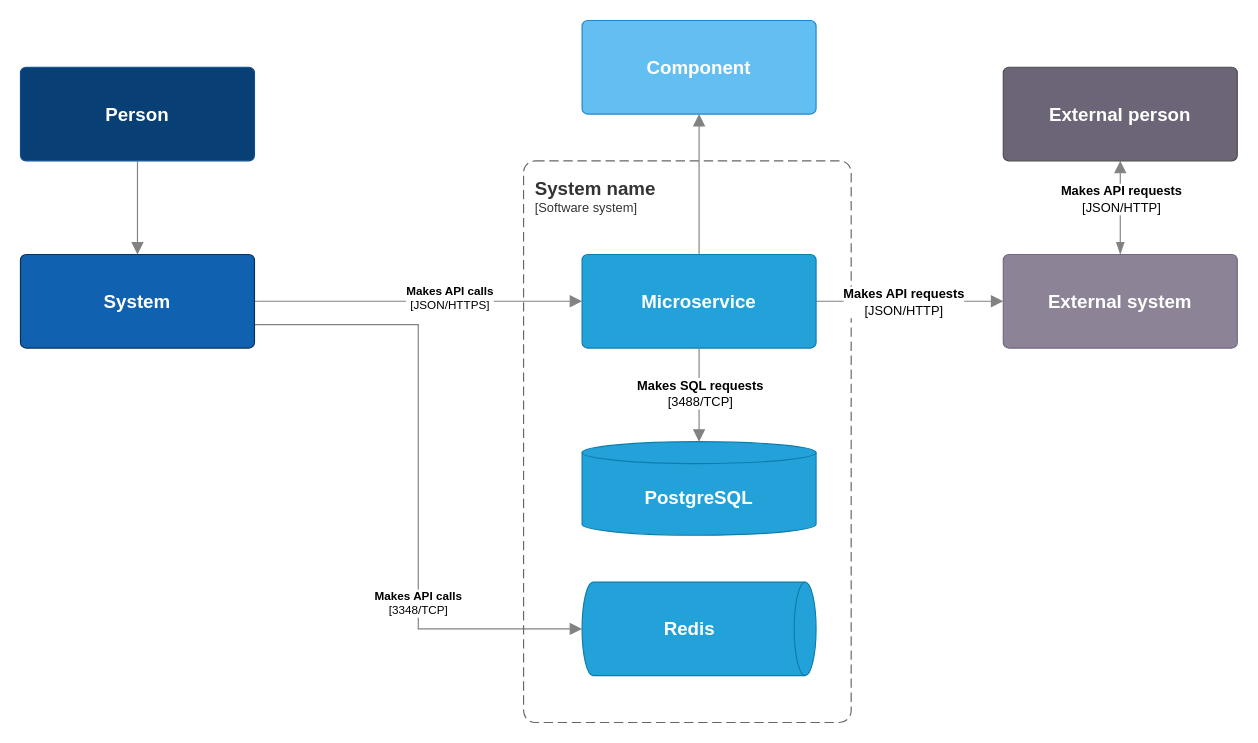
Before: page "minimal" (5 of 6) of c4.drawio in vadagama/c4-model-drawio-template, a draw.io diagram. Source tidied: cells renumbered, new cells numbered last; positions are measured from the earlier drawing's top-left corner, leaving out a move shared by most shapes. Both pictures are drawn from the tidied source at 117%, with x=0, y=0 at pixel (20, 20).
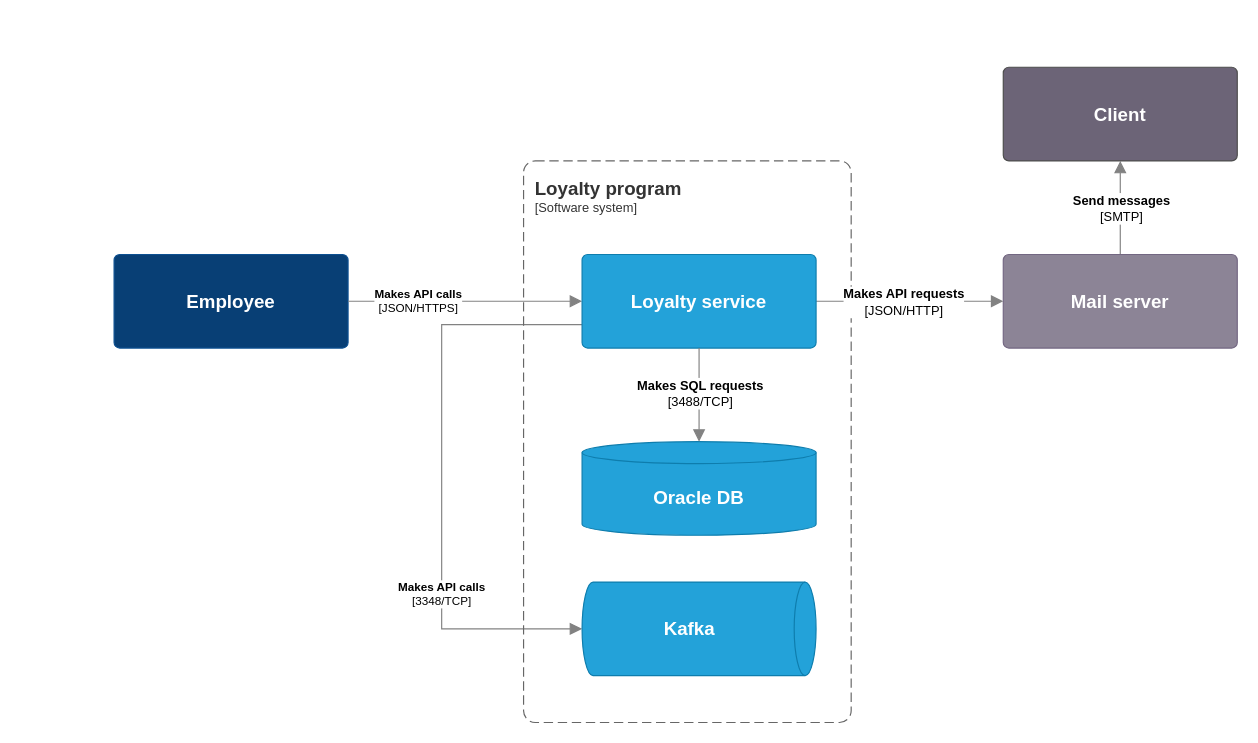
Above is the later version.

Change to the diagram source:
```diff
@@
-    <mxCell id="2" value="&lt;b&gt;Person&lt;/b&gt;" style="rounded=1;whiteSpace=wrap;html=1;labelBackgroundColor=none;fillColor=#083F75;fontColor=#ffffff;align=center;arcSize=6;strokeColor=#0D5091;points=[[0.25,0,0],[0.5,0,0],[0.75,0,0],[1,0.25,0],[1,0.5,0],[1,0.75,0],[0.75,1,0],[0.5,1,0],[0.25,1,0],[0,0.75,0],[0,0.5,0],[0,0.25,0]];fontSize=16;fixedWidth=0;portConstraintRotation=0;" parent="1" vertex="1">
-      <mxGeometry y="40" width="200" height="80" as="geometry" />
+    <mxCell id="2" value="&lt;b&gt;Employee&lt;/b&gt;" style="rounded=1;whiteSpace=wrap;html=1;labelBackgroundColor=none;fillColor=#083F75;fontColor=#ffffff;align=center;arcSize=6;strokeColor=#0D5091;points=[[0.25,0,0],[0.5,0,0],[0.75,0,0],[1,0.25,0],[1,0.5,0],[1,0.75,0],[0.75,1,0],[0.5,1,0],[0.25,1,0],[0,0.75,0],[0,0.5,0],[0,0.25,0]];fontSize=16;fixedWidth=0;portConstraintRotation=0;" parent="1" vertex="1">
+      <mxGeometry x="80" y="200" width="200" height="80" as="geometry" />
     </mxCell>
     <object id="3" label="&lt;div style=&quot;text-align: left&quot;&gt;&lt;div style=&quot;text-align: center&quot;&gt;&lt;b&gt;&lt;font color=&quot;#000000&quot;&gt;%Description%&lt;/font&gt;&lt;/b&gt;&lt;/div&gt;&lt;div style=&quot;text-align: center&quot;&gt;&lt;font color=&quot;#000000&quot;&gt;[%Technology%]&lt;/font&gt;&lt;/div&gt;&lt;/div&gt;" Description="Makes API calls" Technology="JSON/HTTPS" placeholders="1">
-      <mxCell style="endArrow=block;html=1;fontSize=10;fontColor=#404040;strokeWidth=1;endFill=1;strokeColor=#828282;elbow=vertical;endSize=8;startSize=8;jumpStyle=arc;jumpSize=16;rounded=0;exitX=1;exitY=0.5;exitDx=0;exitDy=0;exitPerimeter=0;fontStyle=0;comic=0;" parent="1" edge="1" source="17" target="12">
-        <mxGeometry x="0.19" y="3" relative="1" as="geometry" />
+      <mxCell style="endArrow=block;html=1;fontSize=10;fontColor=#404040;strokeWidth=1;endFill=1;strokeColor=#828282;elbow=vertical;endSize=8;startSize=8;jumpStyle=arc;jumpSize=16;rounded=0;exitX=1;exitY=0.5;exitDx=0;exitDy=0;exitPerimeter=0;fontStyle=0;comic=0;entryX=0;entryY=0.5;entryDx=0;entryDy=0;entryPerimeter=0;" parent="1" edge="1" source="2" target="12">
+        <mxGeometry x="-0.4" relative="1" as="geometry" />
       </mxCell>
     </object>
     <object id="4" label="&lt;div style=&quot;text-align: left&quot;&gt;&lt;div style=&quot;text-align: center&quot;&gt;&lt;b&gt;&lt;font color=&quot;#000000&quot;&gt;%Description%&lt;/font&gt;&lt;/b&gt;&lt;/div&gt;&lt;div style=&quot;text-align: center&quot;&gt;&lt;font color=&quot;#000000&quot;&gt;[%Technology%]&lt;/font&gt;&lt;/div&gt;&lt;/div&gt;" Description="Makes API calls" Technology="3348/TCP" placeholders="1">
-      <mxCell style="endArrow=block;html=1;fontSize=10;fontColor=#404040;strokeWidth=1;endFill=1;strokeColor=#828282;endSize=8;startSize=8;jumpStyle=arc;jumpSize=16;rounded=0;edgeStyle=orthogonalEdgeStyle;entryX=0.5;entryY=1;entryDx=0;entryDy=0;entryPerimeter=0;fontStyle=0;comic=0;exitX=1;exitY=0.75;exitDx=0;exitDy=0;exitPerimeter=0;" parent="1" edge="1" source="17" target="14">
-        <mxGeometry x="0.4" relative="1" as="geometry" />
+      <mxCell style="endArrow=block;html=1;fontSize=10;fontColor=#404040;strokeWidth=1;endFill=1;strokeColor=#828282;endSize=8;startSize=8;jumpStyle=arc;jumpSize=16;rounded=0;edgeStyle=orthogonalEdgeStyle;entryX=0.5;entryY=1;entryDx=0;entryDy=0;entryPerimeter=0;fontStyle=0;comic=0;exitX=0;exitY=0.75;exitDx=0;exitDy=0;exitPerimeter=0;" parent="1" edge="1" source="12" target="14">
+        <mxGeometry x="0.4" relative="1" as="geometry">
+          <Array as="points">
+            <mxPoint x="360" y="260" />
+            <mxPoint x="360" y="520" />
+          </Array>
+        </mxGeometry>
       </mxCell>
     </object>
-    <object id="5" label="&lt;font style=&quot;font-size: 16px&quot;&gt;&lt;b&gt;&lt;div style=&quot;text-align: left&quot;&gt;%Name%&lt;/div&gt;&lt;/b&gt;&lt;/font&gt;&lt;div style=&quot;text-align: left&quot;&gt;[Software system]&lt;/div&gt;" Name="System name" placeholders="1">
+    <object id="5" label="&lt;font style=&quot;font-size: 16px&quot;&gt;&lt;b&gt;&lt;div style=&quot;text-align: left&quot;&gt;%Name%&lt;/div&gt;&lt;/b&gt;&lt;/font&gt;&lt;div style=&quot;text-align: left&quot;&gt;[Software system]&lt;/div&gt;" Name="Loyalty program" placeholders="1">
       <mxCell style="rounded=1;fontSize=11;whiteSpace=wrap;html=1;dashed=1;arcSize=20;fillColor=none;strokeColor=#666666;fontColor=#333333;labelBackgroundColor=none;align=left;verticalAlign=top;labelBorderColor=none;spacingTop=0;spacing=10;dashPattern=8 4;perimeter=rectanglePerimeter;noLabel=0;labelPadding=0;absoluteArcSize=1;" parent="1" vertex="1">
         <mxGeometry x="430" y="120" width="280" height="480" as="geometry" />
       </mxCell>
     </object>
-    <mxCell id="6" style="rounded=0;jettySize=auto;html=1;entryX=0.5;entryY=1;entryDx=0;entryDy=0;entryPerimeter=0;strokeColor=#828282;endArrow=block;endFill=1;endSize=8;startSize=8;exitX=0.5;exitY=0;exitDx=0;exitDy=0;exitPerimeter=0;startArrow=blockThin;startFill=1;fontSize=10;fontColor=#404040;strokeWidth=1;fontStyle=0;comic=0;edgeStyle=orthogonalEdgeStyle;" parent="1" edge="1" source="8" target="11">
+    <mxCell id="6" style="rounded=0;jettySize=auto;html=1;entryX=0.5;entryY=1;entryDx=0;entryDy=0;entryPerimeter=0;strokeColor=#828282;endArrow=block;endFill=1;endSize=8;startSize=8;exitX=0.5;exitY=0;exitDx=0;exitDy=0;exitPerimeter=0;startArrow=none;startFill=0;fontSize=10;fontColor=#404040;strokeWidth=1;fontStyle=0;comic=0;edgeStyle=orthogonalEdgeStyle;" parent="1" edge="1" source="8" target="11">
       <mxGeometry relative="1" as="geometry" />
     </mxCell>
-    <mxCell id="7" value="&lt;b&gt;Makes API requests&lt;/b&gt;&lt;br&gt;[JSON/HTTP]" style="edgeLabel;html=1;align=center;verticalAlign=middle;" parent="6" vertex="1">
+    <mxCell id="7" value="&lt;b&gt;Send messages&lt;/b&gt;&lt;br&gt;[SMTP]" style="edgeLabel;html=1;align=center;verticalAlign=middle;" parent="6" vertex="1">
       <mxGeometry x="0.21" y="1" relative="1" as="geometry">
-        <mxPoint x="1" as="offset" />
+        <mxPoint x="1" y="8" as="offset" />
       </mxGeometry>
     </mxCell>
-    <mxCell id="8" value="&lt;b style=&quot;border-color: var(--border-color);&quot;&gt;External system&lt;/b&gt;" style="rounded=1;whiteSpace=wrap;html=1;labelBackgroundColor=none;fillColor=#8C8496;fontColor=#ffffff;align=center;arcSize=6;strokeColor=#736782;points=[[0.25,0,0],[0.5,0,0],[0.75,0,0],[1,0.25,0],[1,0.5,0],[1,0.75,0],[0.75,1,0],[0.5,1,0],[0.25,1,0],[0,0.75,0],[0,0.5,0],[0,0.25,0]];fontSize=16;fixedWidth=0;portConstraintRotation=0;" parent="1" vertex="1">
+    <mxCell id="8" value="&lt;b style=&quot;border-color: var(--border-color);&quot;&gt;Mail server&lt;/b&gt;" style="rounded=1;whiteSpace=wrap;html=1;labelBackgroundColor=none;fillColor=#8C8496;fontColor=#ffffff;align=center;arcSize=6;strokeColor=#736782;points=[[0.25,0,0],[0.5,0,0],[0.75,0,0],[1,0.25,0],[1,0.5,0],[1,0.75,0],[0.75,1,0],[0.5,1,0],[0.25,1,0],[0,0.75,0],[0,0.5,0],[0,0.25,0]];fontSize=16;fixedWidth=0;portConstraintRotation=0;" parent="1" vertex="1">
       <mxGeometry x="840" y="200" width="200" height="80" as="geometry" />
     </mxCell>
@@
-    <mxCell id="11" value="&lt;b&gt;External person&lt;/b&gt;" style="rounded=1;whiteSpace=wrap;html=1;labelBackgroundColor=none;fillColor=#6C6477;fontColor=#ffffff;align=center;arcSize=6;strokeColor=#4D4D4D;points=[[0.25,0,0],[0.5,0,0],[0.75,0,0],[1,0.25,0],[1,0.5,0],[1,0.75,0],[0.75,1,0],[0.5,1,0],[0.25,1,0],[0,0.75,0],[0,0.5,0],[0,0.25,0]];fontSize=16;fixedWidth=0;portConstraintRotation=0;" parent="1" vertex="1">
+    <mxCell id="11" value="&lt;b&gt;Client&lt;/b&gt;" style="rounded=1;whiteSpace=wrap;html=1;labelBackgroundColor=none;fillColor=#6C6477;fontColor=#ffffff;align=center;arcSize=6;strokeColor=#4D4D4D;points=[[0.25,0,0],[0.5,0,0],[0.75,0,0],[1,0.25,0],[1,0.5,0],[1,0.75,0],[0.75,1,0],[0.5,1,0],[0.25,1,0],[0,0.75,0],[0,0.5,0],[0,0.25,0]];fontSize=16;fixedWidth=0;portConstraintRotation=0;" parent="1" vertex="1">
       <mxGeometry x="840" y="40" width="200" height="80" as="geometry" />
     </mxCell>
-    <mxCell id="12" value="&lt;b style=&quot;border-color: var(--border-color);&quot;&gt;Microservice&lt;/b&gt;" style="rounded=1;whiteSpace=wrap;html=1;labelBackgroundColor=none;fillColor=#23A2D9;fontColor=#ffffff;align=center;arcSize=6;strokeColor=#0E7DAD;points=[[0.25,0,0],[0.5,0,0],[0.75,0,0],[1,0.25,0],[1,0.5,0],[1,0.75,0],[0.75,1,0],[0.5,1,0],[0.25,1,0],[0,0.75,0],[0,0.5,0],[0,0.25,0]];fontSize=16;fixedWidth=0;portConstraintRotation=0;" parent="1" vertex="1">
+    <mxCell id="12" value="&lt;b style=&quot;border-color: var(--border-color);&quot;&gt;Loyalty service&lt;/b&gt;" style="rounded=1;whiteSpace=wrap;html=1;labelBackgroundColor=none;fillColor=#23A2D9;fontColor=#ffffff;align=center;arcSize=6;strokeColor=#0E7DAD;points=[[0.25,0,0],[0.5,0,0],[0.75,0,0],[1,0.25,0],[1,0.5,0],[1,0.75,0],[0.75,1,0],[0.5,1,0],[0.25,1,0],[0,0.75,0],[0,0.5,0],[0,0.25,0]];fontSize=16;fixedWidth=0;portConstraintRotation=0;" parent="1" vertex="1">
       <mxGeometry x="480" y="200" width="200" height="80" as="geometry" />
     </mxCell>
-    <mxCell id="13" value="&lt;font color=&quot;#ffffff&quot;&gt;&lt;span style=&quot;font-size: 16px;&quot;&gt;&lt;b&gt;PostgreSQL&lt;/b&gt;&lt;/span&gt;&lt;/font&gt;" style="shape=cylinder3;whiteSpace=wrap;html=1;boundedLbl=1;backgroundOutline=1;size=9.352912454044429;fillColor=#23A2D9;strokeColor=#0E7DAD;" parent="1" vertex="1">
+    <mxCell id="13" value="&lt;font color=&quot;#ffffff&quot;&gt;&lt;span style=&quot;font-size: 16px;&quot;&gt;&lt;b&gt;Oracle DB&lt;/b&gt;&lt;/span&gt;&lt;/font&gt;" style="shape=cylinder3;whiteSpace=wrap;html=1;boundedLbl=1;backgroundOutline=1;size=9.352912454044429;fillColor=#23A2D9;strokeColor=#0E7DAD;" parent="1" vertex="1">
       <mxGeometry x="480" y="360" width="200" height="80" as="geometry" />
     </mxCell>
-    <mxCell id="14" value="&lt;font color=&quot;#ffffff&quot;&gt;&lt;span style=&quot;font-size: 16px;&quot;&gt;&lt;b&gt;Redis&lt;/b&gt;&lt;/span&gt;&lt;/font&gt;" style="shape=cylinder3;whiteSpace=wrap;html=1;boundedLbl=1;backgroundOutline=1;size=9.352912454044429;fillColor=#23A2D9;strokeColor=#0E7DAD;direction=south;" parent="1" vertex="1">
+    <mxCell id="14" value="&lt;font color=&quot;#ffffff&quot;&gt;&lt;span style=&quot;font-size: 16px;&quot;&gt;&lt;b&gt;Kafka&lt;/b&gt;&lt;/span&gt;&lt;/font&gt;" style="shape=cylinder3;whiteSpace=wrap;html=1;boundedLbl=1;backgroundOutline=1;size=9.352912454044429;fillColor=#23A2D9;strokeColor=#0E7DAD;direction=south;" parent="1" vertex="1">
       <mxGeometry x="480" y="480" width="200" height="80" as="geometry" />
     </mxCell>
@@
-    <mxCell id="17" value="&lt;b&gt;System&lt;/b&gt;" style="rounded=1;whiteSpace=wrap;html=1;labelBackgroundColor=none;fillColor=#1061B0;fontColor=#ffffff;align=center;arcSize=6;strokeColor=#06315C;points=[[0.25,0,0],[0.5,0,0],[0.75,0,0],[1,0.25,0],[1,0.5,0],[1,0.75,0],[0.75,1,0],[0.5,1,0],[0.25,1,0],[0,0.75,0],[0,0.5,0],[0,0.25,0]];fontSize=16;fixedWidth=0;portConstraintRotation=0;" parent="1" vertex="1">
-      <mxGeometry y="200" width="200" height="80" as="geometry" />
-    </mxCell>
-    <mxCell id="18" value="&lt;b style=&quot;border-color: var(--border-color);&quot;&gt;Component&lt;/b&gt;" style="rounded=1;whiteSpace=wrap;html=1;labelBackgroundColor=none;fillColor=#63BEF2;fontColor=#ffffff;align=center;arcSize=6;strokeColor=#2086C9;points=[[0.25,0,0],[0.5,0,0],[0.75,0,0],[1,0.25,0],[1,0.5,0],[1,0.75,0],[0.75,1,0],[0.5,1,0],[0.25,1,0],[0,0.75,0],[0,0.5,0],[0,0.25,0]];fontSize=16;fixedWidth=0;portConstraintRotation=0;" parent="1" vertex="1">
-      <mxGeometry x="480" width="200" height="80" as="geometry" />
-    </mxCell>
-    <mxCell id="19" style="rounded=0;jettySize=auto;html=1;strokeColor=#828282;endArrow=block;endFill=1;endSize=8;startSize=8;exitX=0.5;exitY=0;exitDx=0;exitDy=0;exitPerimeter=0;entryX=0.5;entryY=1;entryDx=0;entryDy=0;entryPerimeter=0;fontSize=10;fontColor=#404040;strokeWidth=1;fontStyle=0;comic=0;edgeStyle=orthogonalEdgeStyle;" parent="1" edge="1" source="12" target="18">
-      <mxGeometry relative="1" as="geometry" />
-    </mxCell>
-    <mxCell id="20" style="edgeStyle=orthogonalEdgeStyle;rounded=0;jettySize=auto;html=1;entryX=0.5;entryY=0;entryDx=0;entryDy=0;entryPerimeter=0;endArrow=block;strokeColor=#828282;endFill=1;endSize=8;startSize=8;fontSize=10;fontColor=#404040;strokeWidth=1;fontStyle=0;comic=0;" parent="1" edge="1" source="2" target="17">
-      <mxGeometry relative="1" as="geometry" />
-    </mxCell>
```
